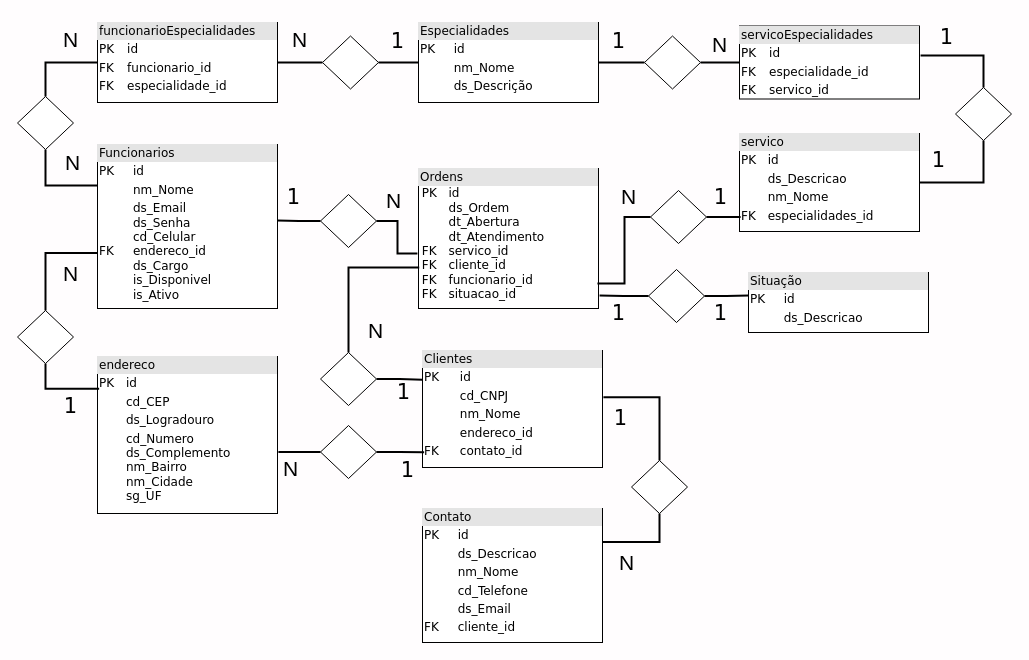
Earlier version of the draw.io diagram Diagrama Entidades.drawio (S-I-G-O-S/planejamento). Source tidied: cells renumbered, new cells numbered last; positions are measured from the earlier drawing's top-left corner, leaving out a move shared by most shapes. Both pictures are drawn from the tidied source at 100%, with x=0, y=0 at pixel (17, 17).
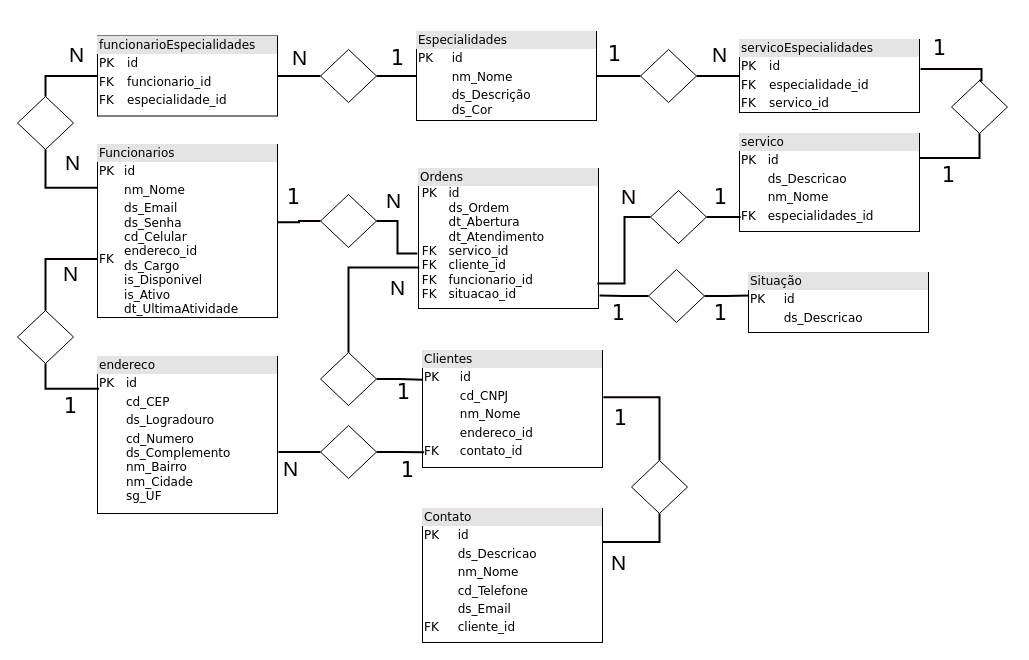
The same page after the edit.

Unchanged cells that the change refers to:
```xml
<mxCell id="6" value="&lt;div style=&quot;box-sizing:border-box;width:100%;background:#e4e4e4;padding:2px;&quot;&gt;servico&lt;/div&gt;&lt;table style=&quot;width:100%;font-size:1em;&quot; cellpadding=&quot;2&quot; cellspacing=&quot;0&quot;&gt;&lt;tbody&gt;&lt;tr&gt;&lt;td&gt;PK&lt;/td&gt;&lt;td&gt;id&lt;/td&gt;&lt;/tr&gt;&lt;tr&gt;&lt;td&gt;&lt;br&gt;&lt;/td&gt;&lt;td&gt;ds_Descricao&lt;/td&gt;&lt;/tr&gt;&lt;tr&gt;&lt;td&gt;&lt;br&gt;&lt;/td&gt;&lt;td&gt;nm_Nome&lt;/td&gt;&lt;/tr&gt;&lt;tr&gt;&lt;td&gt;FK&lt;/td&gt;&lt;td&gt;especialidades_id&lt;/td&gt;&lt;/tr&gt;&lt;tr&gt;&lt;td&gt;&lt;/td&gt;&lt;td&gt;&lt;br&gt;&lt;/td&gt;&lt;/tr&gt;&lt;/tbody&gt;&lt;/table&gt;" style="verticalAlign=top;align=left;overflow=fill;html=1;rounded=0;shadow=0;comic=0;labelBackgroundColor=none;strokeWidth=1;fontFamily=Verdana;fontSize=12;" parent="1" vertex="1">
  <mxGeometry x="722" y="116" width="180" height="98" as="geometry" />
</mxCell>
<mxCell id="25" style="rhombus;whiteSpace=wrap;html=1;fontFamily=Architects Daughter;" parent="1" vertex="1">
  <mxGeometry x="303" y="177" width="56" height="53" as="geometry" />
</mxCell>
```

Diff of the diagram source:
```diff
@@
-    <mxCell id="2" value="&lt;div style=&quot;box-sizing:border-box;width:100%;background:#e4e4e4;padding:2px;&quot;&gt;Funcionarios&lt;/div&gt;&lt;table style=&quot;width:100%;font-size:1em;&quot; cellpadding=&quot;2&quot; cellspacing=&quot;0&quot;&gt;&lt;tbody&gt;&lt;tr&gt;&lt;td&gt;PK&lt;/td&gt;&lt;td&gt;id&lt;br&gt;&lt;/td&gt;&lt;/tr&gt;&lt;tr&gt;&lt;td&gt;&lt;br&gt;&lt;/td&gt;&lt;td&gt;nm_Nome&lt;/td&gt;&lt;/tr&gt;&lt;tr&gt;&lt;td&gt;FK&lt;br&gt;&lt;br&gt;&lt;/td&gt;&lt;td&gt;ds_Email&lt;br&gt;ds_Senha&lt;br&gt;cd_Celular&lt;br&gt;endereco_id&lt;br&gt;ds_Cargo&lt;br&gt;is_Disponivel&lt;br&gt;is_Ativo&lt;br&gt;&lt;br&gt;&lt;/td&gt;&lt;/tr&gt;&lt;/tbody&gt;&lt;/table&gt;" style="verticalAlign=top;align=left;overflow=fill;html=1;rounded=0;shadow=0;comic=0;labelBackgroundColor=none;strokeWidth=1;fontFamily=Verdana;fontSize=12;" parent="1" vertex="1">
-      <mxGeometry x="80" y="127" width="180" height="164" as="geometry" />
+    <mxCell id="2" value="&lt;div style=&quot;box-sizing:border-box;width:100%;background:#e4e4e4;padding:2px;&quot;&gt;Funcionarios&lt;/div&gt;&lt;table style=&quot;width:100%;font-size:1em;&quot; cellpadding=&quot;2&quot; cellspacing=&quot;0&quot;&gt;&lt;tbody&gt;&lt;tr&gt;&lt;td&gt;PK&lt;/td&gt;&lt;td&gt;id&lt;br&gt;&lt;/td&gt;&lt;/tr&gt;&lt;tr&gt;&lt;td&gt;&lt;br&gt;&lt;/td&gt;&lt;td&gt;nm_Nome&lt;/td&gt;&lt;/tr&gt;&lt;tr&gt;&lt;td&gt;FK&lt;br&gt;&lt;br&gt;&lt;/td&gt;&lt;td&gt;ds_Email&lt;br&gt;ds_Senha&lt;br&gt;cd_Celular&lt;br&gt;endereco_id&lt;br&gt;ds_Cargo&lt;br&gt;is_Disponivel&lt;br&gt;is_Ativo&lt;br&gt;dt_UltimaAtividade&lt;br&gt;&lt;br&gt;&lt;/td&gt;&lt;/tr&gt;&lt;/tbody&gt;&lt;/table&gt;" style="verticalAlign=top;align=left;overflow=fill;html=1;rounded=0;shadow=0;comic=0;labelBackgroundColor=none;strokeWidth=1;fontFamily=Verdana;fontSize=12;" parent="1" vertex="1">
+      <mxGeometry x="80" y="127" width="180" height="173" as="geometry" />
     </mxCell>
-    <mxCell id="3" value="&lt;div style=&quot;box-sizing: border-box ; width: 100% ; background: #e4e4e4 ; padding: 2px&quot;&gt;Especialidades&lt;/div&gt;&lt;table style=&quot;width: 100% ; font-size: 1em&quot; cellpadding=&quot;2&quot; cellspacing=&quot;0&quot;&gt;&lt;tbody&gt;&lt;tr&gt;&lt;td&gt;PK&lt;/td&gt;&lt;td&gt;id&lt;/td&gt;&lt;/tr&gt;&lt;tr&gt;&lt;td&gt;&lt;br&gt;&lt;/td&gt;&lt;td&gt;nm_Nome&lt;/td&gt;&lt;/tr&gt;&lt;tr&gt;&lt;td&gt;&lt;/td&gt;&lt;td&gt;ds_Descrição&lt;/td&gt;&lt;/tr&gt;&lt;tr&gt;&lt;td&gt;&lt;/td&gt;&lt;td&gt;&lt;br&gt;&lt;/td&gt;&lt;/tr&gt;&lt;/tbody&gt;&lt;/table&gt;" style="verticalAlign=top;align=left;overflow=fill;html=1;rounded=0;shadow=0;comic=0;labelBackgroundColor=none;strokeWidth=1;fontFamily=Verdana;fontSize=12;" parent="1" vertex="1">
-      <mxGeometry x="401" y="5" width="180" height="80" as="geometry" />
+    <mxCell id="3" value="&lt;div style=&quot;box-sizing: border-box ; width: 100% ; background: #e4e4e4 ; padding: 2px&quot;&gt;Especialidades&lt;/div&gt;&lt;table style=&quot;width: 100% ; font-size: 1em&quot; cellpadding=&quot;2&quot; cellspacing=&quot;0&quot;&gt;&lt;tbody&gt;&lt;tr&gt;&lt;td&gt;PK&lt;/td&gt;&lt;td&gt;id&lt;/td&gt;&lt;/tr&gt;&lt;tr&gt;&lt;td&gt;&lt;br&gt;&lt;/td&gt;&lt;td&gt;nm_Nome&lt;/td&gt;&lt;/tr&gt;&lt;tr&gt;&lt;td&gt;&lt;/td&gt;&lt;td&gt;ds_Descrição&lt;br&gt;ds_Cor&lt;/td&gt;&lt;/tr&gt;&lt;tr&gt;&lt;td&gt;&lt;/td&gt;&lt;td&gt;&lt;br&gt;&lt;/td&gt;&lt;/tr&gt;&lt;/tbody&gt;&lt;/table&gt;" style="verticalAlign=top;align=left;overflow=fill;html=1;rounded=0;shadow=0;comic=0;labelBackgroundColor=none;strokeWidth=1;fontFamily=Verdana;fontSize=12;" parent="1" vertex="1">
+      <mxGeometry x="399" y="14" width="180" height="89" as="geometry" />
     </mxCell>
@@
     <mxCell id="8" value="&lt;div style=&quot;box-sizing:border-box;width:100%;background:#e4e4e4;padding:2px;&quot;&gt;funcionarioEspecialidades&lt;/div&gt;&lt;table style=&quot;width:100%;font-size:1em;&quot; cellpadding=&quot;2&quot; cellspacing=&quot;0&quot;&gt;&lt;tbody&gt;&lt;tr&gt;&lt;td&gt;PK&lt;/td&gt;&lt;td&gt;id&lt;/td&gt;&lt;/tr&gt;&lt;tr&gt;&lt;td&gt;FK&lt;/td&gt;&lt;td&gt;funcionario_id&lt;/td&gt;&lt;/tr&gt;&lt;tr&gt;&lt;td&gt;FK&lt;/td&gt;&lt;td&gt;especialidade_id&lt;/td&gt;&lt;/tr&gt;&lt;/tbody&gt;&lt;/table&gt;" style="verticalAlign=top;align=left;overflow=fill;html=1;rounded=0;shadow=0;comic=0;labelBackgroundColor=none;strokeWidth=1;fontFamily=Verdana;fontSize=12;" parent="1" vertex="1">
-      <mxGeometry x="80" y="5" width="180" height="80" as="geometry" />
+      <mxGeometry x="80" y="18.5" width="180" height="80" as="geometry" />
     </mxCell>
     <mxCell id="9" value="&lt;div style=&quot;box-sizing:border-box;width:100%;background:#e4e4e4;padding:2px;&quot;&gt;servicoEspecialidades&lt;/div&gt;&lt;table style=&quot;width:100%;font-size:1em;&quot; cellpadding=&quot;2&quot; cellspacing=&quot;0&quot;&gt;&lt;tbody&gt;&lt;tr&gt;&lt;td&gt;PK&lt;/td&gt;&lt;td&gt;id&lt;/td&gt;&lt;/tr&gt;&lt;tr&gt;&lt;td&gt;FK&lt;/td&gt;&lt;td&gt;especialidade_id&lt;/td&gt;&lt;/tr&gt;&lt;tr&gt;&lt;td&gt;FK&lt;/td&gt;&lt;td&gt;servico_id&lt;/td&gt;&lt;/tr&gt;&lt;/tbody&gt;&lt;/table&gt;" style="verticalAlign=top;align=left;overflow=fill;html=1;rounded=0;shadow=0;comic=0;labelBackgroundColor=none;strokeWidth=1;fontFamily=Verdana;fontSize=12;" parent="1" vertex="1">
-      <mxGeometry x="722" y="8.5" width="180" height="73" as="geometry" />
+      <mxGeometry x="722" y="22" width="180" height="73" as="geometry" />
     </mxCell>
@@
     <mxCell id="13" style="rhombus;whiteSpace=wrap;html=1;fontFamily=Architects Daughter;" parent="1" vertex="1">
-      <mxGeometry x="305" y="18.5" width="56" height="53" as="geometry" />
+      <mxGeometry x="303" y="32" width="56" height="53" as="geometry" />
     </mxCell>
     <mxCell id="14" value="&lt;font face=&quot;Helvetica&quot; style=&quot;font-size: 21px;&quot;&gt;N&lt;/font&gt;" style="text;html=1;align=center;verticalAlign=middle;strokeColor=none;fillColor=none;fontSize=21;fontFamily=Architects Daughter;" parent="1" vertex="1">
-      <mxGeometry x="265" y="4" width="33" height="38" as="geometry" />
+      <mxGeometry x="265" y="22" width="33" height="38" as="geometry" />
     </mxCell>
@@
     <mxCell id="18" style="rhombus;whiteSpace=wrap;html=1;fontFamily=Architects Daughter;" parent="1" vertex="1">
-      <mxGeometry x="627" y="18.5" width="56" height="53" as="geometry" />
+      <mxGeometry x="623" y="32" width="56" height="53" as="geometry" />
     </mxCell>
@@
     <mxCell id="22" value="&lt;font face=&quot;Helvetica&quot; style=&quot;font-size: 21px;&quot;&gt;N&lt;/font&gt;" style="text;html=1;align=center;verticalAlign=middle;strokeColor=none;fillColor=none;fontSize=21;fontFamily=Architects Daughter;" parent="1" vertex="1">
-      <mxGeometry x="36" y="4" width="33" height="38" as="geometry" />
+      <mxGeometry x="42" y="18.5" width="33" height="38" as="geometry" />
     </mxCell>
@@
     <mxCell id="24" value="&lt;font face=&quot;Verdana&quot;&gt;1&lt;/font&gt;" style="text;html=1;align=center;verticalAlign=middle;strokeColor=none;fillColor=none;fontSize=21;fontFamily=Architects Daughter;" parent="1" vertex="1">
-      <mxGeometry x="364" y="4" width="31" height="39" as="geometry" />
+      <mxGeometry x="364" y="21" width="31" height="39" as="geometry" />
     </mxCell>
@@
     <mxCell id="28" value="&lt;font face=&quot;Helvetica&quot; style=&quot;font-size: 21px;&quot;&gt;N&lt;/font&gt;" style="text;html=1;align=center;verticalAlign=middle;strokeColor=none;fillColor=none;fontSize=21;fontFamily=Architects Daughter;" parent="1" vertex="1">
-      <mxGeometry x="685" y="8.5" width="33" height="38" as="geometry" />
+      <mxGeometry x="685" y="18.5" width="33" height="38" as="geometry" />
     </mxCell>
     <mxCell id="29" value="&lt;font face=&quot;Verdana&quot;&gt;1&lt;/font&gt;" style="text;html=1;align=center;verticalAlign=middle;strokeColor=none;fillColor=none;fontSize=21;fontFamily=Architects Daughter;" parent="1" vertex="1">
-      <mxGeometry x="585" y="4" width="31" height="39" as="geometry" />
+      <mxGeometry x="581" y="17.5" width="31" height="39" as="geometry" />
     </mxCell>
     <mxCell id="30" style="rhombus;whiteSpace=wrap;html=1;fontFamily=Architects Daughter;" parent="1" vertex="1">
-      <mxGeometry x="938" y="70" width="56" height="53" as="geometry" />
+      <mxGeometry x="934" y="63" width="56" height="53" as="geometry" />
     </mxCell>
     <mxCell id="31" style="edgeStyle=orthogonalEdgeStyle;shape=connector;rounded=0;jettySize=auto;html=1;exitX=0.5;exitY=0;exitDx=0;exitDy=0;entryX=1.006;entryY=0.404;entryDx=0;entryDy=0;entryPerimeter=0;strokeColor=default;strokeWidth=2;align=center;verticalAlign=middle;fontFamily=Architects Daughter;fontSize=16;fontColor=default;labelBackgroundColor=default;endArrow=none;endFill=0;flowAnimation=0;sourcePerimeterSpacing=8;targetPerimeterSpacing=8;" parent="1" edge="1" source="30" target="9">
-      <mxGeometry relative="1" as="geometry" />
+      <mxGeometry relative="1" as="geometry">
+        <Array as="points">
+          <mxPoint x="964" y="52" />
+        </Array>
+      </mxGeometry>
     </mxCell>
-    <mxCell id="32" style="edgeStyle=orthogonalEdgeStyle;shape=connector;rounded=0;jettySize=auto;html=1;exitX=0.5;exitY=1;exitDx=0;exitDy=0;strokeColor=default;strokeWidth=2;align=center;verticalAlign=middle;fontFamily=Architects Daughter;fontSize=16;fontColor=default;labelBackgroundColor=default;endArrow=none;endFill=0;flowAnimation=0;sourcePerimeterSpacing=8;targetPerimeterSpacing=8;entryX=1;entryY=0.5;entryDx=0;entryDy=0;" parent="1" edge="1" source="30" target="6">
+    <mxCell id="32" style="edgeStyle=orthogonalEdgeStyle;shape=connector;rounded=0;jettySize=auto;html=1;exitX=0.5;exitY=1;exitDx=0;exitDy=0;strokeColor=default;strokeWidth=2;align=center;verticalAlign=middle;fontFamily=Architects Daughter;fontSize=16;fontColor=default;labelBackgroundColor=default;endArrow=none;endFill=0;flowAnimation=0;sourcePerimeterSpacing=8;targetPerimeterSpacing=8;entryX=1;entryY=0.25;entryDx=0;entryDy=0;" parent="1" edge="1" source="30" target="6">
       <mxGeometry relative="1" as="geometry" />
     </mxCell>
     <mxCell id="33" value="&lt;font face=&quot;Verdana&quot;&gt;1&lt;/font&gt;" style="text;html=1;align=center;verticalAlign=middle;strokeColor=none;fillColor=none;fontSize=21;fontFamily=Architects Daughter;" parent="1" vertex="1">
-      <mxGeometry x="913" width="31" height="39" as="geometry" />
+      <mxGeometry x="906" y="11" width="31" height="39" as="geometry" />
     </mxCell>
     <mxCell id="34" value="&lt;font face=&quot;Verdana&quot;&gt;1&lt;/font&gt;" style="text;html=1;align=center;verticalAlign=middle;strokeColor=none;fillColor=none;fontSize=21;fontFamily=Architects Daughter;" parent="1" vertex="1">
-      <mxGeometry x="905" y="123" width="31" height="39" as="geometry" />
+      <mxGeometry x="915" y="138" width="31" height="39" as="geometry" />
     </mxCell>
@@
-    <mxCell id="55" style="edgeStyle=orthogonalEdgeStyle;shape=connector;rounded=0;jettySize=auto;html=1;exitX=0;exitY=0.5;exitDx=0;exitDy=0;entryX=1;entryY=0.463;entryDx=0;entryDy=0;entryPerimeter=0;strokeColor=default;strokeWidth=2;align=center;verticalAlign=middle;fontFamily=Architects Daughter;fontSize=16;fontColor=default;labelBackgroundColor=default;endArrow=none;endFill=0;flowAnimation=0;sourcePerimeterSpacing=8;targetPerimeterSpacing=8;" parent="1" edge="1" source="25" target="2">
+    <mxCell id="55" style="edgeStyle=orthogonalEdgeStyle;shape=connector;rounded=0;jettySize=auto;html=1;exitX=0;exitY=0.5;exitDx=0;exitDy=0;strokeColor=default;strokeWidth=2;align=center;verticalAlign=middle;fontFamily=Architects Daughter;fontSize=16;fontColor=default;labelBackgroundColor=default;endArrow=none;endFill=0;flowAnimation=0;sourcePerimeterSpacing=8;targetPerimeterSpacing=8;entryX=0.998;entryY=0.449;entryDx=0;entryDy=0;entryPerimeter=0;" parent="1" edge="1" source="25" target="2">
       <mxGeometry relative="1" as="geometry" />
     </mxCell>
@@
     <mxCell id="60" value="&lt;font face=&quot;Helvetica&quot; style=&quot;font-size: 21px;&quot;&gt;N&lt;/font&gt;" style="text;html=1;align=center;verticalAlign=middle;strokeColor=none;fillColor=none;fontSize=21;fontFamily=Architects Daughter;" parent="1" vertex="1">
-      <mxGeometry x="592" y="527" width="33" height="38" as="geometry" />
+      <mxGeometry x="584" y="527" width="33" height="38" as="geometry" />
     </mxCell>
@@
     <mxCell id="63" value="&lt;font face=&quot;Helvetica&quot; style=&quot;font-size: 21px;&quot;&gt;N&lt;/font&gt;" style="text;html=1;align=center;verticalAlign=middle;strokeColor=none;fillColor=none;fontSize=21;fontFamily=Architects Daughter;" parent="1" vertex="1">
-      <mxGeometry x="341" y="295" width="33" height="38" as="geometry" />
+      <mxGeometry x="363" y="252" width="33" height="38" as="geometry" />
     </mxCell>
```
